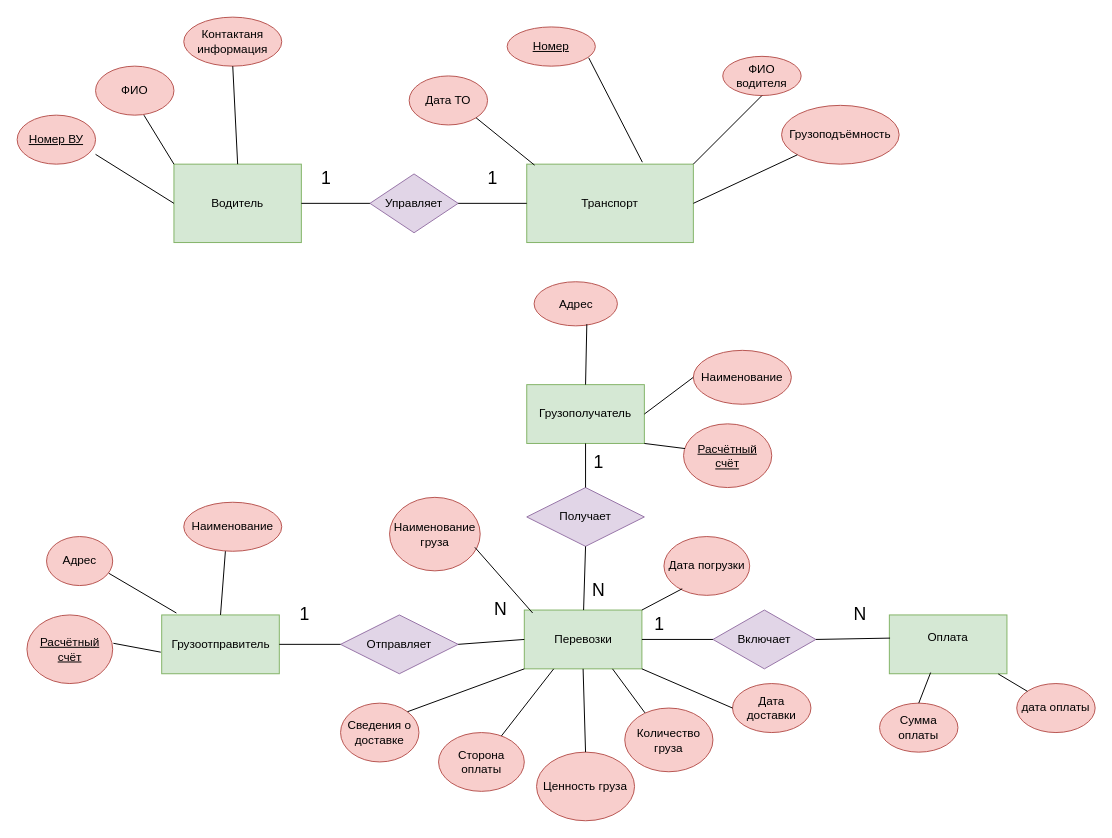
alexej0000/Diagram keeps this draw.io diagram as page "Маленький вариант" (2 of 2) of Диаграмма Чена.drawio. Above is the earlier version. Source tidied: cells renumbered, new cells numbered last; positions are measured from the earlier drawing's top-left corner, leaving out a move shared by most shapes. Both pictures are drawn from the tidied source at 98%, with x=0, y=0 at pixel (17, 17).
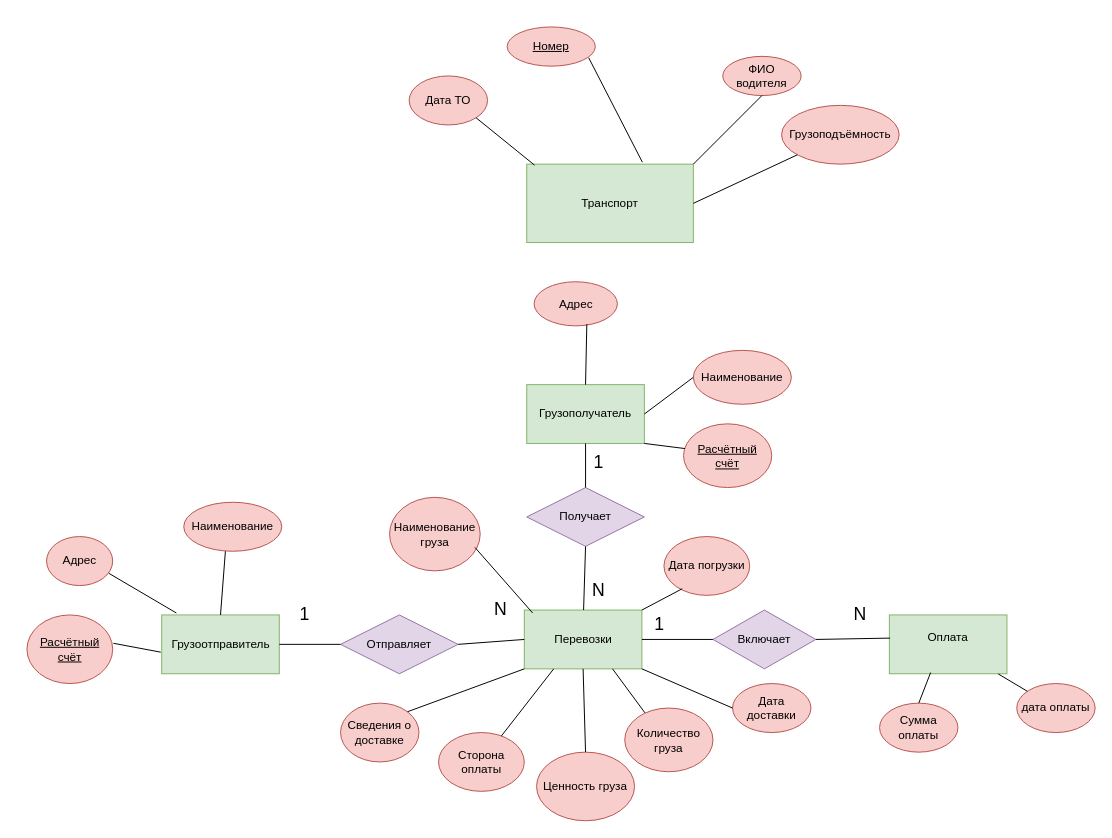
Above is the later version.

Unchanged cells that the change refers to:
```xml
<mxCell id="2" value="Транспорт" style="rounded=0;whiteSpace=wrap;html=1;fillColor=#d5e8d4;strokeColor=#82b366;" parent="1" vertex="1">
  <mxGeometry x="520" y="150" width="170" height="80" as="geometry" />
</mxCell>
```

Change to the diagram source:
```diff
@@
-    <mxCell id="6" value="Водитель" style="rounded=0;whiteSpace=wrap;html=1;fillColor=#d5e8d4;strokeColor=#82b366;" parent="1" vertex="1">
-      <mxGeometry x="160" y="150" width="130" height="80" as="geometry" />
-    </mxCell>
@@
-    <mxCell id="17" value="Управляет" style="rhombus;whiteSpace=wrap;html=1;fillColor=#e1d5e7;strokeColor=#9673a6;" parent="1" vertex="1">
-      <mxGeometry x="360" y="160" width="90" height="60" as="geometry" />
-    </mxCell>
-    <mxCell id="18" style="endArrow=none;html=1;rounded=0;exitX=1;exitY=0.5;exitDx=0;exitDy=0;entryX=0;entryY=0.5;entryDx=0;entryDy=0;" parent="1" edge="1" source="6" target="17">
-      <mxGeometry relative="1" as="geometry" />
-    </mxCell>
-    <mxCell id="19" style="endArrow=none;html=1;rounded=0;exitX=1;exitY=0.5;exitDx=0;exitDy=0;entryX=0;entryY=0.5;entryDx=0;entryDy=0;" parent="1" edge="1" source="17" target="2">
-      <mxGeometry relative="1" as="geometry" />
-    </mxCell>
-    <mxCell id="20" value="Контактаня информация" style="ellipse;whiteSpace=wrap;html=1;fillColor=#f8cecc;strokeColor=#b85450;" parent="1" vertex="1">
-      <mxGeometry x="170" width="100" height="50" as="geometry" />
-    </mxCell>
-    <mxCell id="21" value="ФИО" style="ellipse;whiteSpace=wrap;html=1;fillColor=#f8cecc;strokeColor=#b85450;" parent="1" vertex="1">
-      <mxGeometry x="80" y="50" width="80" height="50" as="geometry" />
-    </mxCell>
-    <mxCell id="22" style="endArrow=none;html=1;rounded=0;exitX=0;exitY=0;exitDx=0;exitDy=0;entryX=0.617;entryY=1;entryDx=0;entryDy=0;entryPerimeter=0;" parent="1" edge="1" source="6" target="21">
-      <mxGeometry relative="1" as="geometry" />
-    </mxCell>
-    <mxCell id="23" style="endArrow=none;html=1;rounded=0;exitX=0.5;exitY=0;exitDx=0;exitDy=0;entryX=0.5;entryY=1;entryDx=0;entryDy=0;" parent="1" edge="1" source="6" target="20">
-      <mxGeometry relative="1" as="geometry" />
-    </mxCell>
-    <mxCell id="24" value="&lt;font style=&quot;font-size: 18px;&quot;&gt;1&lt;/font&gt;" style="text;html=1;align=center;verticalAlign=middle;strokeColor=none;fillColor=none;" parent="1" vertex="1">
-      <mxGeometry x="300" y="145" width="30" height="40" as="geometry" />
-    </mxCell>
-    <mxCell id="25" value="&lt;font style=&quot;font-size: 18px;&quot;&gt;1&lt;/font&gt;" style="text;html=1;align=center;verticalAlign=middle;strokeColor=none;fillColor=none;" parent="1" vertex="1">
-      <mxGeometry x="470" y="145" width="30" height="40" as="geometry" />
-    </mxCell>
@@
-    <mxCell id="67" value="&lt;u&gt;Номер ВУ&lt;/u&gt;" style="ellipse;whiteSpace=wrap;html=1;fillColor=#f8cecc;strokeColor=#b85450;" parent="1" vertex="1">
-      <mxGeometry y="100" width="80" height="50" as="geometry" />
-    </mxCell>
-    <mxCell id="68" style="endArrow=none;html=1;rounded=0;exitX=0;exitY=0.5;exitDx=0;exitDy=0;entryX=1;entryY=0.8;entryDx=0;entryDy=0;entryPerimeter=0;" parent="1" edge="1" source="6" target="67">
-      <mxGeometry relative="1" as="geometry" />
-    </mxCell>
```
